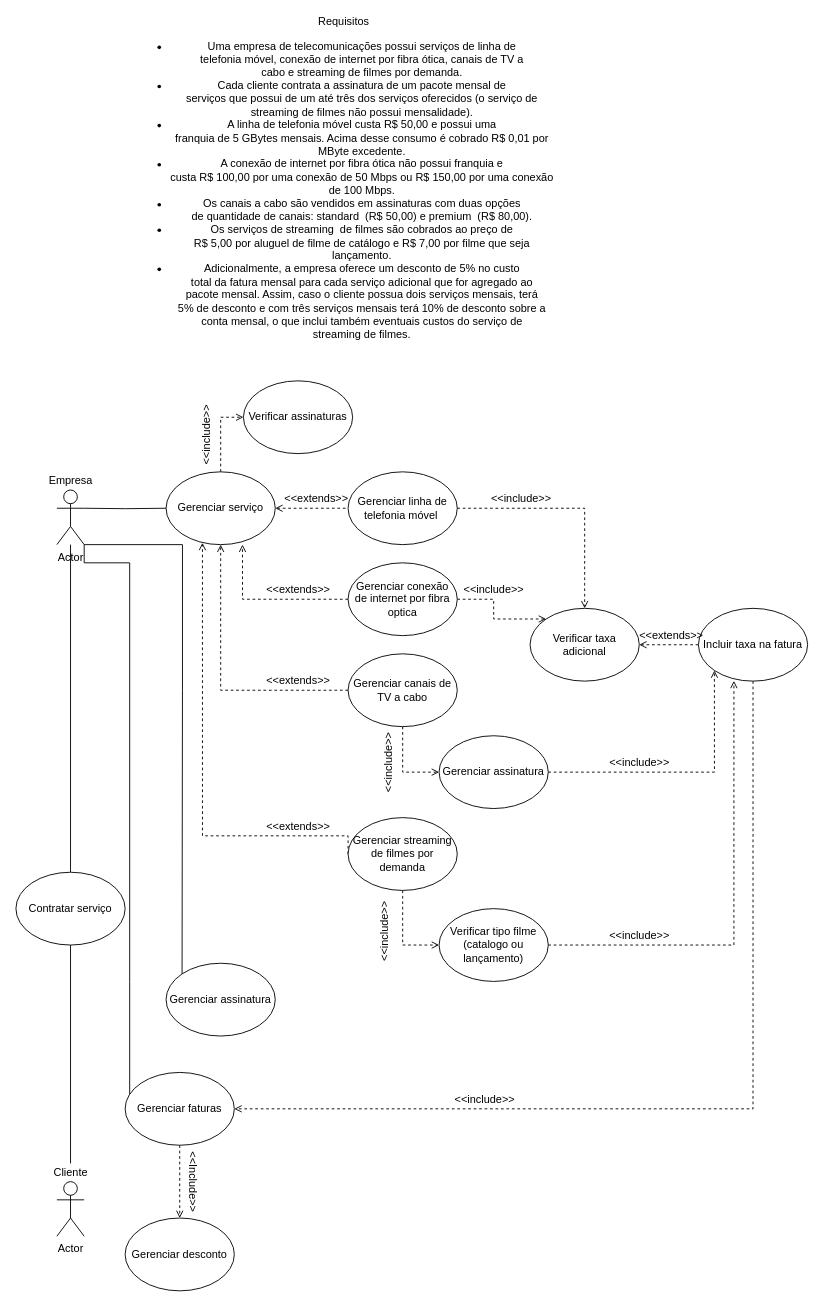
Earlier version of the draw.io diagram ClasseDeUsoP.drawio (nibiroo/ProjectTelecommunications). Source tidied: cells renumbered, new cells numbered last; positions are measured from the earlier drawing's top-left corner, leaving out a move shared by most shapes. Both pictures are drawn from the tidied source at 91%, with x=0, y=0 at pixel (15, 16).
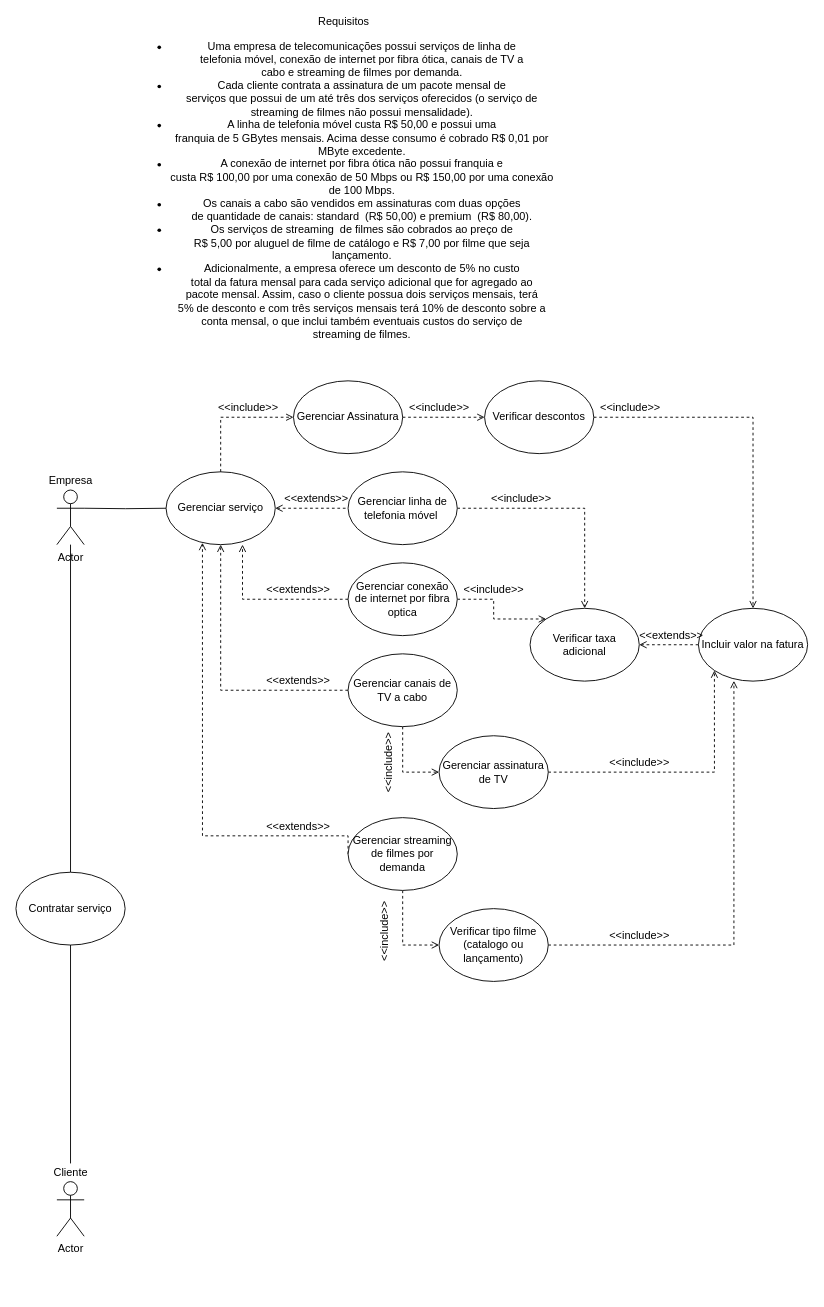
The same diagram, later.

The change refers to these unchanged cells:
```xml
<mxCell id="5" value="Actor" style="shape=umlActor;verticalLabelPosition=bottom;verticalAlign=top;html=1;outlineConnect=0;" parent="1" vertex="1">
  <mxGeometry x="45" y="520" width="30" height="60" as="geometry" />
</mxCell>
<mxCell id="9" value="Gerenciar serviço" style="ellipse;whiteSpace=wrap;html=1;" parent="1" vertex="1">
  <mxGeometry x="165" y="500" width="120" height="80" as="geometry" />
</mxCell>
```

Diff of the diagram source:
```diff
@@
-    <mxCell id="4" style="edgeStyle=orthogonalEdgeStyle;rounded=0;jettySize=auto;html=1;exitX=1;exitY=1;exitDx=0;exitDy=0;exitPerimeter=0;entryX=0;entryY=0;entryDx=0;entryDy=0;startArrow=none;startFill=0;endArrow=none;endFill=0;" parent="1" edge="1" source="5" target="30">
-      <mxGeometry relative="1" as="geometry">
-        <Array as="points">
-          <mxPoint x="183" y="580" />
-          <mxPoint x="183" y="740" />
-        </Array>
-      </mxGeometry>
-    </mxCell>
@@
-    <mxCell id="8" style="edgeStyle=orthogonalEdgeStyle;rounded=0;jettySize=auto;html=1;entryX=0;entryY=0.5;entryDx=0;entryDy=0;startArrow=none;startFill=0;endArrow=open;endFill=0;dashed=1;" parent="1" edge="1" source="9" target="31">
-      <mxGeometry relative="1" as="geometry" />
-    </mxCell>
@@
-    <mxCell id="30" value="Gerenciar assinatura" style="ellipse;whiteSpace=wrap;html=1;" parent="1" vertex="1">
-      <mxGeometry x="165" y="1040" width="120" height="80" as="geometry" />
-    </mxCell>
+    <mxCell id="54" style="edgeStyle=orthogonalEdgeStyle;rounded=0;jettySize=auto;html=1;exitX=1;exitY=0.5;exitDx=0;exitDy=0;entryX=0.5;entryY=0;entryDx=0;entryDy=0;dashed=1;endArrow=open;endFill=0;" parent="1" edge="1" source="31" target="38">
+      <mxGeometry relative="1" as="geometry" />
+    </mxCell>
-    <mxCell id="31" value="Verificar assinaturas" style="ellipse;whiteSpace=wrap;html=1;" parent="1" vertex="1">
-      <mxGeometry x="250" y="400" width="120" height="80" as="geometry" />
+    <mxCell id="31" value="Verificar descontos" style="ellipse;whiteSpace=wrap;html=1;" parent="1" vertex="1">
+      <mxGeometry x="515" y="400" width="120" height="80" as="geometry" />
     </mxCell>
-    <mxCell id="32" value="&amp;lt;&amp;lt;include&amp;gt;&amp;gt;" style="text;html=1;align=center;verticalAlign=middle;strokeColor=none;fillColor=none;rotation=-90;" parent="1" vertex="1">
-      <mxGeometry x="170" y="450" width="80" height="20" as="geometry" />
+    <mxCell id="32" value="&amp;lt;&amp;lt;include&amp;gt;&amp;gt;" style="text;html=1;align=center;verticalAlign=middle;strokeColor=none;fillColor=none;rotation=0;" parent="1" vertex="1">
+      <mxGeometry x="215" y="420" width="80" height="20" as="geometry" />
     </mxCell>
@@
-    <mxCell id="37" style="edgeStyle=orthogonalEdgeStyle;rounded=0;jettySize=auto;html=1;entryX=1;entryY=0.5;entryDx=0;entryDy=0;dashed=1;startArrow=none;startFill=0;endArrow=open;endFill=0;" parent="1" edge="1" source="38" target="42">
-      <mxGeometry relative="1" as="geometry">
-        <Array as="points">
-          <mxPoint x="810" y="1200" />
-        </Array>
-      </mxGeometry>
-    </mxCell>
-    <mxCell id="38" value="Incluir taxa na fatura" style="ellipse;whiteSpace=wrap;html=1;" parent="1" vertex="1">
+    <mxCell id="38" value="Incluir valor na fatura" style="ellipse;whiteSpace=wrap;html=1;" parent="1" vertex="1">
       <mxGeometry x="750" y="650" width="120" height="80" as="geometry" />
     </mxCell>
@@
-    <mxCell id="40" style="edgeStyle=orthogonalEdgeStyle;rounded=0;jettySize=auto;html=1;entryX=1;entryY=1;entryDx=0;entryDy=0;entryPerimeter=0;startArrow=none;startFill=0;endArrow=none;endFill=0;" parent="1" edge="1" source="42" target="5">
-      <mxGeometry relative="1" as="geometry">
-        <Array as="points">
-          <mxPoint x="125" y="1060" />
-          <mxPoint x="125" y="600" />
-          <mxPoint x="75" y="600" />
-        </Array>
-      </mxGeometry>
-    </mxCell>
-    <mxCell id="41" style="edgeStyle=orthogonalEdgeStyle;rounded=0;jettySize=auto;html=1;dashed=1;startArrow=none;startFill=0;endArrow=open;endFill=0;" parent="1" edge="1" source="42" target="52">
-      <mxGeometry relative="1" as="geometry" />
-    </mxCell>
-    <mxCell id="42" value="Gerenciar faturas" style="ellipse;whiteSpace=wrap;html=1;" parent="1" vertex="1">
-      <mxGeometry x="120" y="1160" width="120" height="80" as="geometry" />
-    </mxCell>
-    <mxCell id="43" value="&amp;lt;&amp;lt;include&amp;gt;&amp;gt;" style="text;html=1;align=center;verticalAlign=middle;strokeColor=none;fillColor=none;" parent="1" vertex="1">
-      <mxGeometry x="475" y="1180" width="80" height="20" as="geometry" />
-    </mxCell>
@@
-    <mxCell id="45" value="Gerenciar assinatura" style="ellipse;whiteSpace=wrap;html=1;" parent="1" vertex="1">
+    <mxCell id="45" value="Gerenciar assinatura de TV" style="ellipse;whiteSpace=wrap;html=1;" parent="1" vertex="1">
       <mxGeometry x="465" y="790" width="120" height="80" as="geometry" />
     </mxCell>
@@
-    <mxCell id="52" value="Gerenciar desconto" style="ellipse;whiteSpace=wrap;html=1;" parent="1" vertex="1">
-      <mxGeometry x="120" y="1320" width="120" height="80" as="geometry" />
-    </mxCell>
-    <mxCell id="53" value="&amp;lt;&amp;lt;Include&amp;gt;&amp;gt;" style="text;html=1;align=center;verticalAlign=middle;strokeColor=none;fillColor=none;rotation=90;" parent="1" vertex="1">
-      <mxGeometry x="155" y="1270" width="80" height="20" as="geometry" />
-    </mxCell>
+    <mxCell id="43" value="&amp;lt;&amp;lt;include&amp;gt;&amp;gt;" style="text;html=1;align=center;verticalAlign=middle;strokeColor=none;fillColor=none;" parent="1" vertex="1">
+      <mxGeometry x="635" y="420" width="80" height="20" as="geometry" />
+    </mxCell>
+    <mxCell id="55" value="Gerenciar Assinatura" style="ellipse;whiteSpace=wrap;html=1;" parent="1" vertex="1">
+      <mxGeometry x="305" y="400" width="120" height="80" as="geometry" />
+    </mxCell>
+    <mxCell id="56" style="edgeStyle=orthogonalEdgeStyle;rounded=0;jettySize=auto;html=1;exitX=0.5;exitY=0;exitDx=0;exitDy=0;entryX=0;entryY=0.5;entryDx=0;entryDy=0;dashed=1;endArrow=open;endFill=0;" parent="1" edge="1" source="9" target="55">
+      <mxGeometry relative="1" as="geometry" />
+    </mxCell>
+    <mxCell id="57" style="edgeStyle=orthogonalEdgeStyle;rounded=0;jettySize=auto;html=1;exitX=1;exitY=0.5;exitDx=0;exitDy=0;entryX=0;entryY=0.5;entryDx=0;entryDy=0;dashed=1;endArrow=open;endFill=0;" parent="1" edge="1" source="55" target="31">
+      <mxGeometry relative="1" as="geometry" />
+    </mxCell>
+    <mxCell id="58" value="&amp;lt;&amp;lt;include&amp;gt;&amp;gt;" style="text;html=1;align=center;verticalAlign=middle;strokeColor=none;fillColor=none;rotation=0;" parent="1" vertex="1">
+      <mxGeometry x="425" y="420" width="80" height="20" as="geometry" />
+    </mxCell>
```
